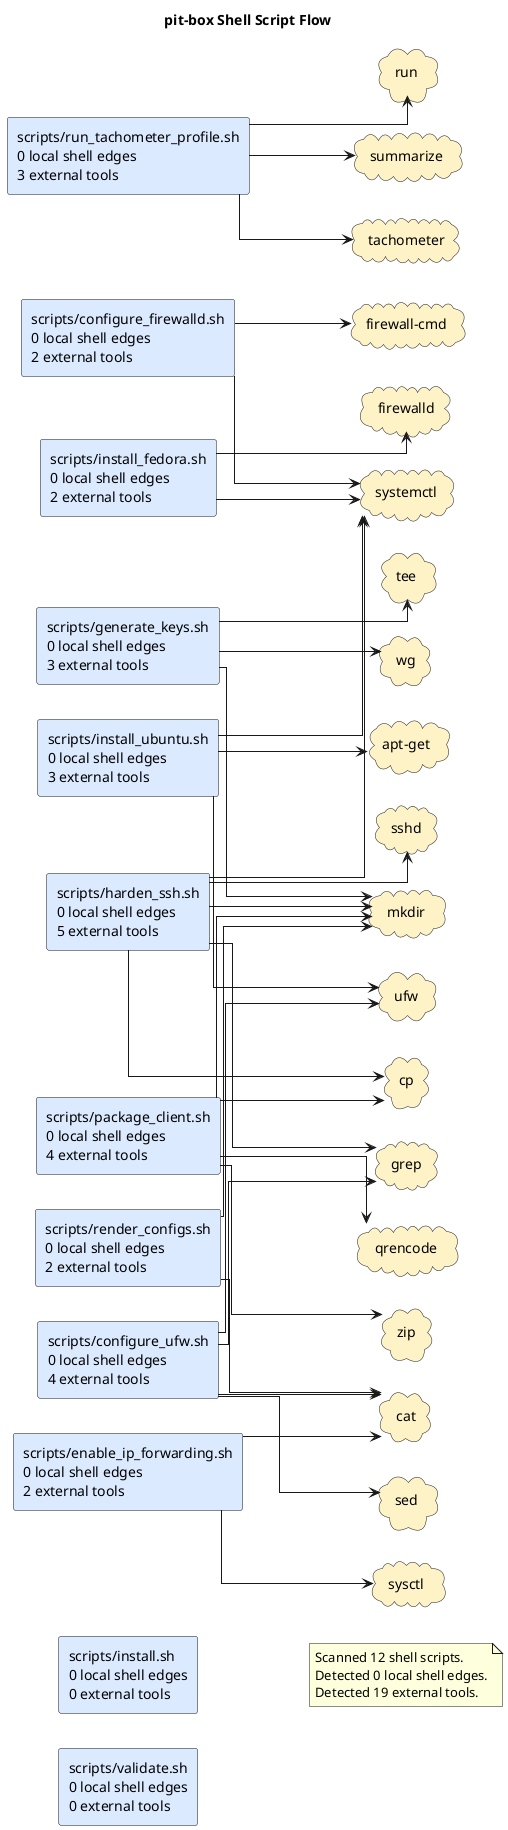
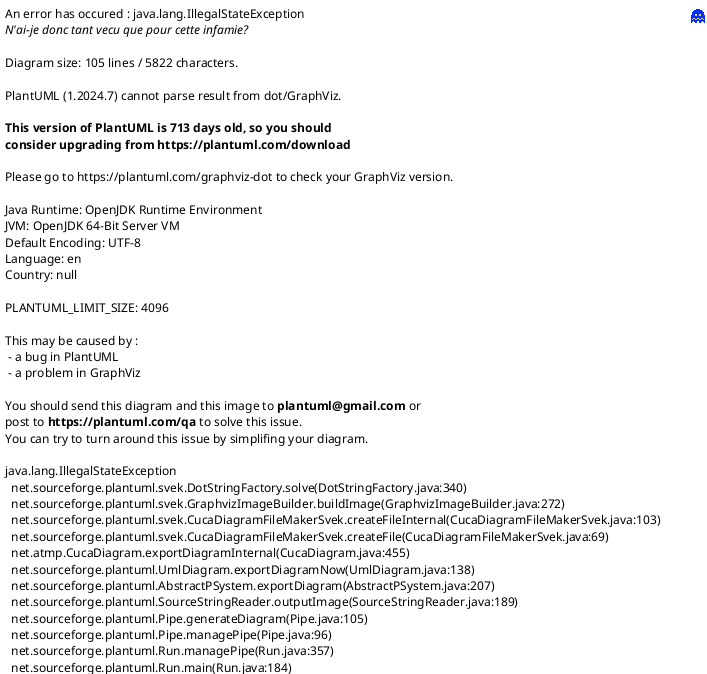
@startuml
title pit-box Shell Script Flow
left to right direction
skinparam shadowing false
skinparam defaultFontName Monospace
skinparam componentStyle rectangle
skinparam linetype ortho
rectangle "scripts/configure_firewalld.sh\n0 local shell edges\n2 external tools" as shell_scripts_configure_firewalld_sh #DBEAFE
rectangle "scripts/configure_ufw.sh\n0 local shell edges\n4 external tools" as shell_scripts_configure_ufw_sh #DBEAFE
rectangle "scripts/enable_ip_forwarding.sh\n0 local shell edges\n2 external tools" as shell_scripts_enable_ip_forwarding_sh #DBEAFE
rectangle "scripts/generate_keys.sh\n0 local shell edges\n3 external tools" as shell_scripts_generate_keys_sh #DBEAFE
rectangle "scripts/harden_ssh.sh\n0 local shell edges\n5 external tools" as shell_scripts_harden_ssh_sh #DBEAFE
rectangle "scripts/install.sh\n0 local shell edges\n0 external tools" as shell_scripts_install_sh #DBEAFE
rectangle "scripts/install_fedora.sh\n0 local shell edges\n2 external tools" as shell_scripts_install_fedora_sh #DBEAFE
rectangle "scripts/install_ubuntu.sh\n0 local shell edges\n3 external tools" as shell_scripts_install_ubuntu_sh #DBEAFE
+ rectangle "scripts/install_webterm.sh\n1 local shell edge\n8 external tools" as shell_scripts_install_webterm_sh #DBEAFE
rectangle "scripts/package_client.sh\n0 local shell edges\n4 external tools" as shell_scripts_package_client_sh #DBEAFE
+ rectangle "scripts/rebuild_webservices.sh\n1 local shell edge\n9 external tools" as shell_scripts_rebuild_webservices_sh #DBEAFE
rectangle "scripts/render_configs.sh\n0 local shell edges\n2 external tools" as shell_scripts_render_configs_sh #DBEAFE
+ rectangle "scripts/render_webterm_index.sh\n0 local shell edges\n2 external tools" as shell_scripts_render_webterm_index_sh #DBEAFE
rectangle "scripts/run_tachometer_profile.sh\n0 local shell edges\n3 external tools" as shell_scripts_run_tachometer_profile_sh #DBEAFE
+ rectangle "scripts/ttyd_session.sh\n0 local shell edges\n1 external tool" as shell_scripts_ttyd_session_sh #DBEAFE
rectangle "scripts/validate.sh\n0 local shell edges\n0 external tools" as shell_scripts_validate_sh #DBEAFE
+ cloud "ALL_SERVICES+=(ttyd" as tool_all_services_ttyd #FEF3C7
cloud "apt-get" as tool_apt_get #FEF3C7
+ cloud "caddy" as tool_caddy #FEF3C7
cloud "cat" as tool_cat #FEF3C7
cloud "cp" as tool_cp #FEF3C7
+ cloud "dnf" as tool_dnf #FEF3C7
cloud "firewall-cmd" as tool_firewall_cmd #FEF3C7
cloud "firewalld" as tool_firewalld #FEF3C7
cloud "grep" as tool_grep #FEF3C7
cloud "mkdir" as tool_mkdir #FEF3C7
cloud "qrencode" as tool_qrencode #FEF3C7
+ cloud "render_webterm_index.sh" as tool_render_webterm_index_sh #FEF3C7
cloud "run" as tool_run #FEF3C7
cloud "sed" as tool_sed #FEF3C7
cloud "sshd" as tool_sshd #FEF3C7
cloud "summarize" as tool_summarize #FEF3C7
cloud "sysctl" as tool_sysctl #FEF3C7
cloud "systemctl" as tool_systemctl #FEF3C7
cloud "tachometer" as tool_tachometer #FEF3C7
cloud "tee" as tool_tee #FEF3C7
+ cloud "tmux" as tool_tmux #FEF3C7
cloud "ufw" as tool_ufw #FEF3C7
cloud "wg" as tool_wg #FEF3C7
cloud "zip" as tool_zip #FEF3C7
+ shell_scripts_install_webterm_sh --> shell_scripts_install_sh : call
+ shell_scripts_rebuild_webservices_sh --> shell_scripts_install_sh : call
shell_scripts_configure_firewalld_sh --> tool_firewall_cmd
shell_scripts_configure_firewalld_sh --> tool_systemctl
shell_scripts_configure_ufw_sh --> tool_cat
shell_scripts_configure_ufw_sh --> tool_grep
shell_scripts_configure_ufw_sh --> tool_sed
shell_scripts_configure_ufw_sh --> tool_ufw
shell_scripts_enable_ip_forwarding_sh --> tool_cat
shell_scripts_enable_ip_forwarding_sh --> tool_sysctl
shell_scripts_generate_keys_sh --> tool_mkdir
shell_scripts_generate_keys_sh --> tool_tee
shell_scripts_generate_keys_sh --> tool_wg
shell_scripts_harden_ssh_sh --> tool_cp
shell_scripts_harden_ssh_sh --> tool_grep
shell_scripts_harden_ssh_sh --> tool_mkdir
shell_scripts_harden_ssh_sh --> tool_sshd
shell_scripts_harden_ssh_sh --> tool_systemctl
shell_scripts_install_fedora_sh --> tool_firewalld
shell_scripts_install_fedora_sh --> tool_systemctl
shell_scripts_install_ubuntu_sh --> tool_apt_get
shell_scripts_install_ubuntu_sh --> tool_systemctl
shell_scripts_install_ubuntu_sh --> tool_ufw
+ shell_scripts_install_webterm_sh --> tool_apt_get
+ shell_scripts_install_webterm_sh --> tool_caddy
+ shell_scripts_install_webterm_sh --> tool_cp
+ shell_scripts_install_webterm_sh --> tool_dnf
+ shell_scripts_install_webterm_sh --> tool_grep
+ shell_scripts_install_webterm_sh --> tool_mkdir
+ shell_scripts_install_webterm_sh --> tool_render_webterm_index_sh
+ shell_scripts_install_webterm_sh --> tool_systemctl
shell_scripts_package_client_sh --> tool_cp
shell_scripts_package_client_sh --> tool_mkdir
shell_scripts_package_client_sh --> tool_qrencode
shell_scripts_package_client_sh --> tool_zip
+ shell_scripts_rebuild_webservices_sh --> tool_all_services_ttyd
+ shell_scripts_rebuild_webservices_sh --> tool_apt_get
+ shell_scripts_rebuild_webservices_sh --> tool_caddy
+ shell_scripts_rebuild_webservices_sh --> tool_cp
+ shell_scripts_rebuild_webservices_sh --> tool_dnf
+ shell_scripts_rebuild_webservices_sh --> tool_grep
+ shell_scripts_rebuild_webservices_sh --> tool_mkdir
+ shell_scripts_rebuild_webservices_sh --> tool_render_webterm_index_sh
+ shell_scripts_rebuild_webservices_sh --> tool_systemctl
shell_scripts_render_configs_sh --> tool_cat
shell_scripts_render_configs_sh --> tool_mkdir
+ shell_scripts_render_webterm_index_sh --> tool_cp
+ shell_scripts_render_webterm_index_sh --> tool_mkdir
shell_scripts_run_tachometer_profile_sh --> tool_run
shell_scripts_run_tachometer_profile_sh --> tool_summarize
shell_scripts_run_tachometer_profile_sh --> tool_tachometer
+ shell_scripts_ttyd_session_sh --> tool_tmux
note as shellGraphSummary
- Scanned 12 shell scripts.
- Detected 0 local shell edges.
- Detected 19 external tools.
+ Scanned 16 shell scripts.
+ Detected 2 local shell edges.
+ Detected 24 external tools.
end note
@enduml
